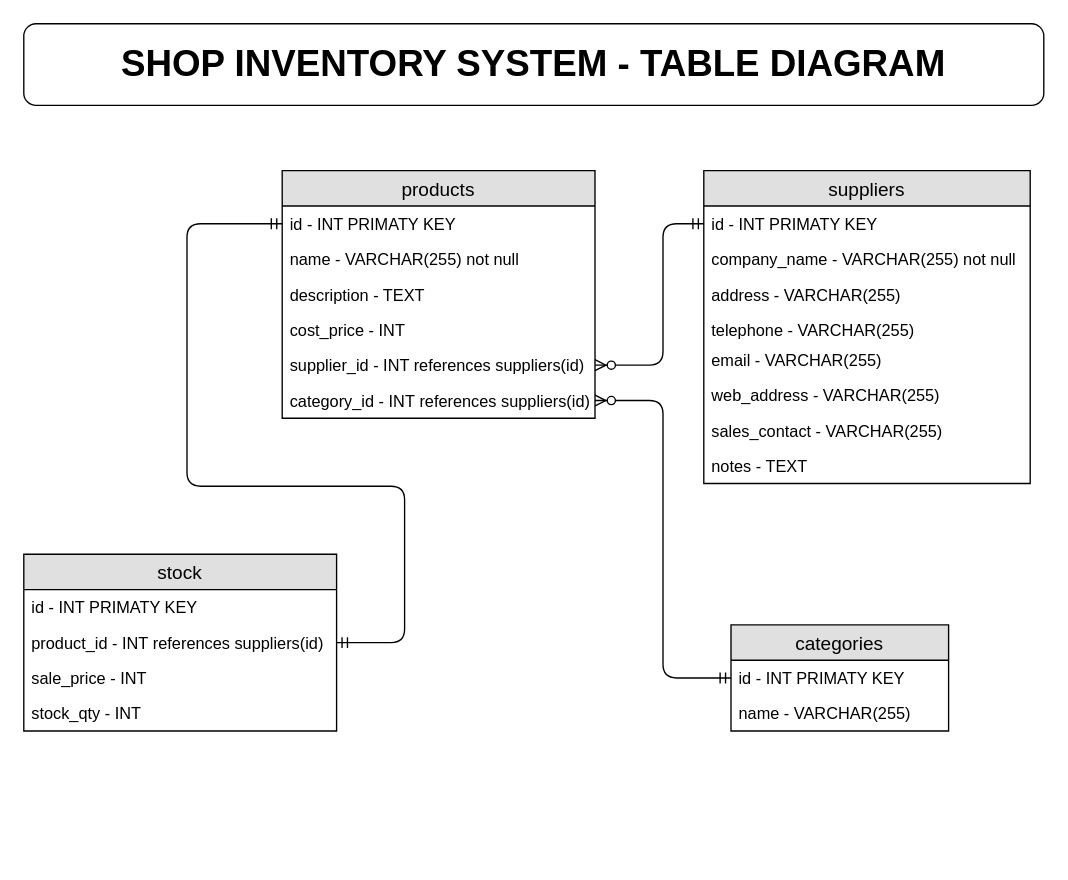
Before: diagrams/table_diagram.drawio in aramsay03/lego_shop_inventory_project, a draw.io diagram. Source tidied: cells renumbered, new cells numbered last; positions are measured from the earlier drawing's top-left corner, leaving out a move shared by most shapes. Both pictures are drawn from the tidied source at 136%, with x=0, y=0 at pixel (23, 23).
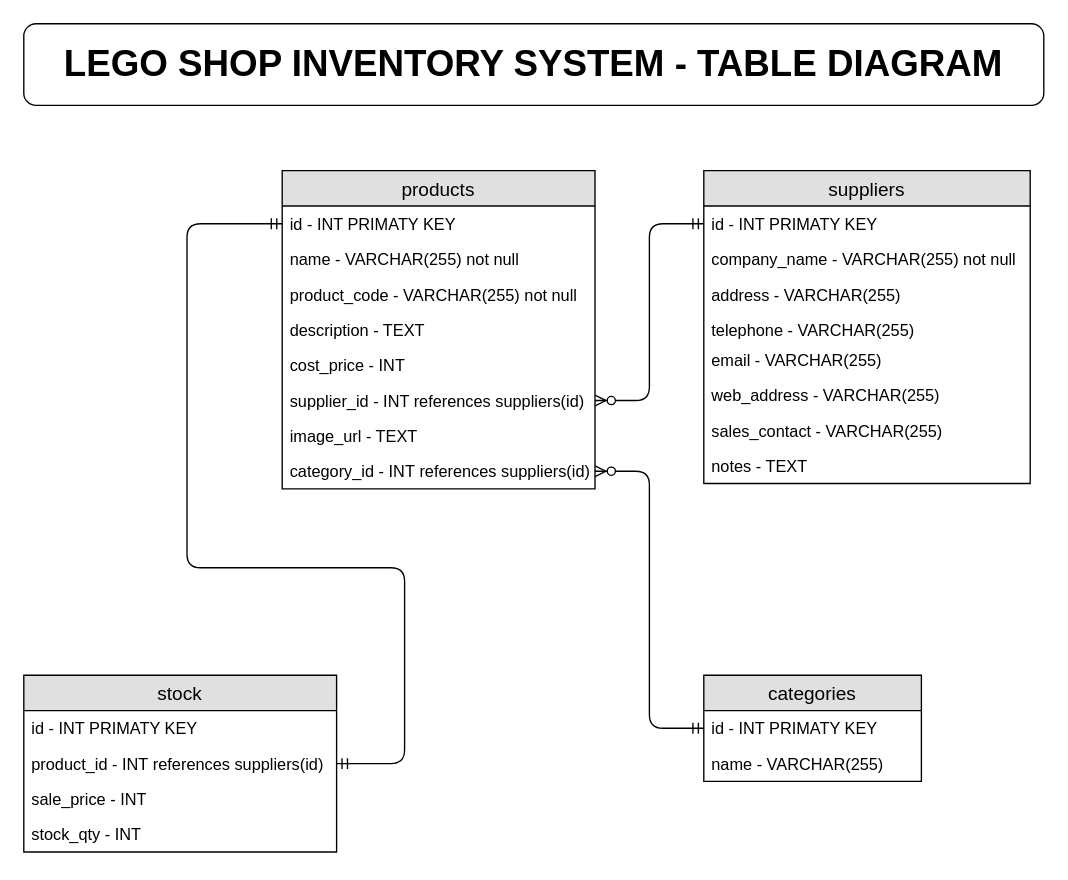
The same page after the edit.

Unchanged cells that the change refers to:
```xml
<mxCell id="3" value="id - INT PRIMATY KEY" style="text;strokeColor=none;fillColor=none;spacingLeft=4;spacingRight=4;overflow=hidden;points=[[0,0.5],[1,0.5]];portConstraint=eastwest;fontSize=12;" parent="2" vertex="1">
  <mxGeometry y="26" width="230" height="26" as="geometry" />
</mxCell>
<mxCell id="10" value="id - INT PRIMATY KEY" style="text;strokeColor=none;fillColor=none;spacingLeft=4;spacingRight=4;overflow=hidden;points=[[0,0.5],[1,0.5]];portConstraint=eastwest;fontSize=12;" parent="9" vertex="1">
  <mxGeometry y="26" width="240" height="26" as="geometry" />
</mxCell>
<mxCell id="20" value="product_id - INT references suppliers(id)" style="text;strokeColor=none;fillColor=none;spacingLeft=4;spacingRight=4;overflow=hidden;points=[[0,0.5],[1,0.5]];portConstraint=eastwest;fontSize=12;" parent="18" vertex="1">
  <mxGeometry y="52" width="230" height="26" as="geometry" />
</mxCell>
<mxCell id="24" value="id - INT PRIMATY KEY" style="text;strokeColor=none;fillColor=none;spacingLeft=4;spacingRight=4;overflow=hidden;points=[[0,0.5],[1,0.5]];portConstraint=eastwest;fontSize=12;" parent="23" vertex="1">
  <mxGeometry y="26" width="160" height="26" as="geometry" />
</mxCell>
```

What changed in the source:
```diff
@@
     <mxCell id="2" value="products" style="swimlane;fontStyle=0;horizontal=1;startSize=26;fillColor=#e0e0e0;swimlaneFillColor=#ffffff;align=center;fontSize=14;" parent="1" vertex="1">
-      <mxGeometry x="190" y="108" width="230" height="182" as="geometry" />
+      <mxGeometry x="190" y="108" width="230" height="234" as="geometry" />
     </mxCell>
@@
+    <mxCell id="30" value="product_code - VARCHAR(255) not null" style="text;strokeColor=none;fillColor=none;spacingLeft=4;spacingRight=4;overflow=hidden;fontSize=12;" parent="2" vertex="1">
+      <mxGeometry y="78" width="230" height="26" as="geometry" />
+    </mxCell>
     <mxCell id="5" value="description - TEXT" style="text;strokeColor=none;fillColor=none;spacingLeft=4;spacingRight=4;overflow=hidden;fontSize=12;" parent="2" vertex="1">
-      <mxGeometry y="78" width="230" height="26" as="geometry" />
+      <mxGeometry y="104" width="230" height="26" as="geometry" />
     </mxCell>
     <mxCell id="6" value="cost_price - INT" style="text;strokeColor=none;fillColor=none;spacingLeft=4;spacingRight=4;overflow=hidden;fontSize=12;" parent="2" vertex="1">
-      <mxGeometry y="104" width="230" height="26" as="geometry" />
+      <mxGeometry y="130" width="230" height="26" as="geometry" />
     </mxCell>
     <mxCell id="7" value="supplier_id - INT references suppliers(id)" style="text;strokeColor=none;fillColor=none;spacingLeft=4;spacingRight=4;overflow=hidden;points=[[0,0.5],[1,0.5]];portConstraint=eastwest;fontSize=12;" parent="2" vertex="1">
-      <mxGeometry y="130" width="230" height="26" as="geometry" />
+      <mxGeometry y="156" width="230" height="26" as="geometry" />
     </mxCell>
+    <mxCell id="31" value="image_url - TEXT" style="text;strokeColor=none;fillColor=none;spacingLeft=4;spacingRight=4;overflow=hidden;fontSize=12;" parent="2" vertex="1">
+      <mxGeometry y="182" width="230" height="26" as="geometry" />
+    </mxCell>
     <mxCell id="8" value="category_id - INT references suppliers(id)" style="text;strokeColor=none;fillColor=none;spacingLeft=4;spacingRight=4;overflow=hidden;points=[[0,0.5],[1,0.5]];portConstraint=eastwest;fontSize=12;" parent="2" vertex="1">
-      <mxGeometry y="156" width="230" height="26" as="geometry" />
+      <mxGeometry y="208" width="230" height="26" as="geometry" />
     </mxCell>
@@
     <mxCell id="18" value="stock" style="swimlane;fontStyle=0;horizontal=1;startSize=26;fillColor=#e0e0e0;swimlaneFillColor=#ffffff;align=center;fontSize=14;" parent="1" vertex="1">
-      <mxGeometry y="390" width="230" height="130" as="geometry" />
+      <mxGeometry y="479" width="230" height="130" as="geometry" />
     </mxCell>
@@
     <mxCell id="23" value="categories" style="swimlane;fontStyle=0;horizontal=1;startSize=26;fillColor=#e0e0e0;swimlaneFillColor=#ffffff;align=center;fontSize=14;" parent="1" vertex="1">
-      <mxGeometry x="520" y="442" width="160" height="78" as="geometry" />
+      <mxGeometry x="500" y="479" width="160" height="78" as="geometry" />
     </mxCell>
@@
     <mxCell id="26" style="edgeStyle=orthogonalEdgeStyle;fontSize=12;html=1;endArrow=ERzeroToMany;startArrow=ERmandOne;exitX=0;exitY=0.5;exitDx=0;exitDy=0;entryX=1;entryY=0.5;entryDx=0;entryDy=0;" parent="1" edge="1" source="24" target="8">
       <mxGeometry relative="1" as="geometry">
         <Array as="points">
-          <mxPoint x="470" y="481" />
-          <mxPoint x="470" y="277" />
+          <mxPoint x="460" y="518" />
+          <mxPoint x="460" y="329" />
         </Array>
       </mxGeometry>
     </mxCell>
     <mxCell id="27" style="fontSize=12;html=1;endArrow=ERzeroToMany;startArrow=ERmandOne;exitX=0;exitY=0.5;exitDx=0;exitDy=0;entryX=1;entryY=0.5;entryDx=0;entryDy=0;edgeStyle=orthogonalEdgeStyle;" parent="1" edge="1" source="10" target="7">
       <mxGeometry relative="1" as="geometry">
         <Array as="points">
-          <mxPoint x="470" y="147" />
-          <mxPoint x="470" y="251" />
+          <mxPoint x="460" y="147" />
+          <mxPoint x="460" y="277" />
         </Array>
       </mxGeometry>
     </mxCell>
     <mxCell id="28" style="edgeStyle=orthogonalEdgeStyle;fontSize=12;html=1;endArrow=ERmandOne;startArrow=ERmandOne;entryX=0;entryY=0.5;entryDx=0;entryDy=0;exitX=1;exitY=0.5;exitDx=0;exitDy=0;" parent="1" edge="1" source="20" target="3">
       <mxGeometry relative="1" as="geometry">
         <Array as="points">
-          <mxPoint x="280" y="455" />
-          <mxPoint x="280" y="340" />
-          <mxPoint x="120" y="340" />
+          <mxPoint x="280" y="544" />
+          <mxPoint x="280" y="400" />
+          <mxPoint x="120" y="400" />
           <mxPoint x="120" y="147" />
         </Array>
       </mxGeometry>
     </mxCell>
-    <mxCell id="29" value="&lt;b&gt;&lt;font style=&quot;font-size: 27px&quot;&gt;SHOP INVENTORY SYSTEM - TABLE DIAGRAM&lt;/font&gt;&lt;/b&gt;" style="rounded=1;whiteSpace=wrap;html=1;" parent="1" vertex="1">
+    <mxCell id="29" value="&lt;b&gt;&lt;font style=&quot;font-size: 27px&quot;&gt;LEGO SHOP INVENTORY SYSTEM - TABLE DIAGRAM&lt;/font&gt;&lt;/b&gt;" style="rounded=1;whiteSpace=wrap;html=1;" parent="1" vertex="1">
       <mxGeometry width="750" height="60" as="geometry" />
     </mxCell>
```
